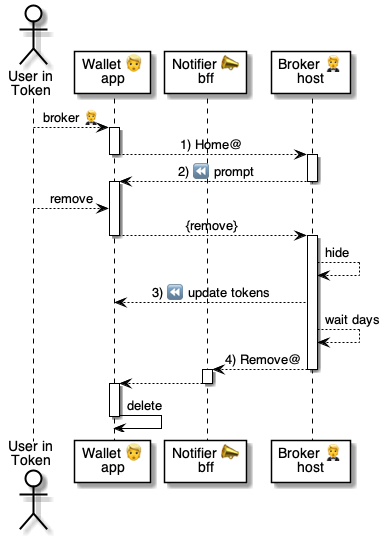
Above: 5 ⏩ Flows/90 🧑‍🦰👉 Wallets/40 👉🎫 Tokens/.📎 Assets/⚙️ Remove.png in pollyweb-org/pollyweb-docs (PlantUML), before the change. Its source is kept beside it as 5 ⏩ Flows/90 🧑‍🦰👉 Wallets/40 👉🎫 Tokens/.📎 Assets/⚙️ Remove.puml.
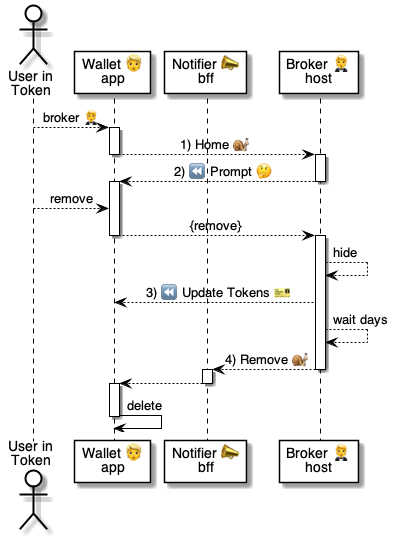
The same file after the commit.

The edit, as a diff of the source:
```diff
@@ -13,10 +13,10 @@
 user --> wallet: broker 🤵
 
 activate wallet
-    wallet --> broker: 1) Home@
+    wallet --> broker: 1) Home 🐌
 deactivate wallet
 activate broker
-    broker --> wallet: 2) ⏪ prompt
+    broker --> wallet: 2) ⏪ Prompt 🤔
 deactivate broker
 
 activate wallet
@@ -26,9 +26,9 @@
 
 activate broker
     broker --> broker: hide
-    broker --> wallet: 3) ⏪ update tokens
+    broker --> wallet: 3) ⏪ Update Tokens 🎫
     broker --> broker: wait days
-    broker --> notifier: 4) Remove@
+    broker --> notifier: 4) Remove 🐌
 deactivate broker
 
 activate notifier
```
